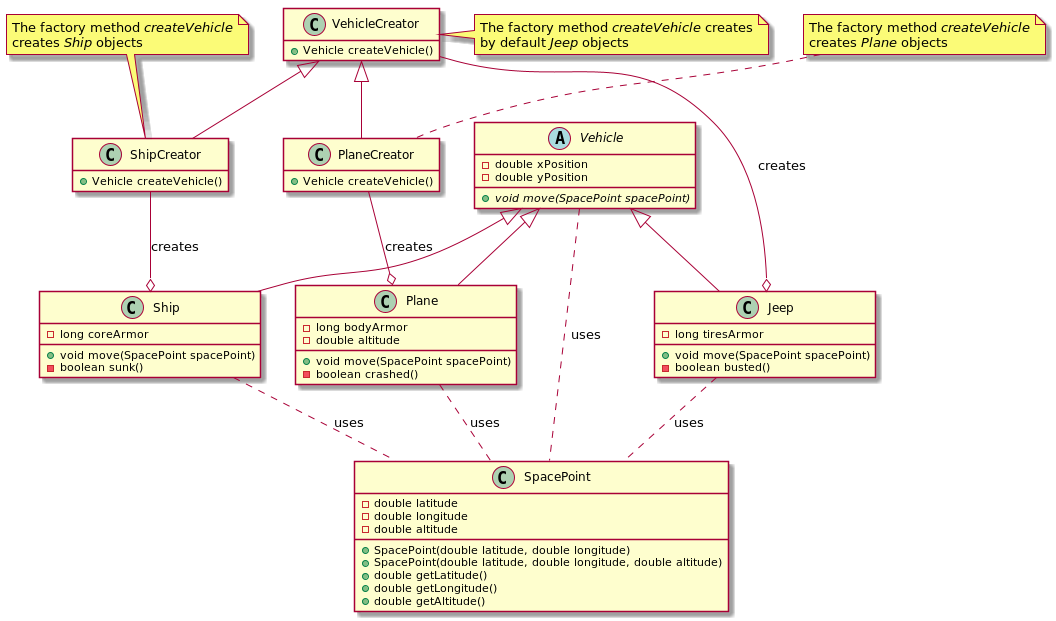
lealceldeiro/gems keeps this PlantUML diagram as DesignPatternsElementsOfReusableObjectOrientesSoftware/Chapter03/FactoryMethod/image/code_class_design.png. Above is the earlier version.
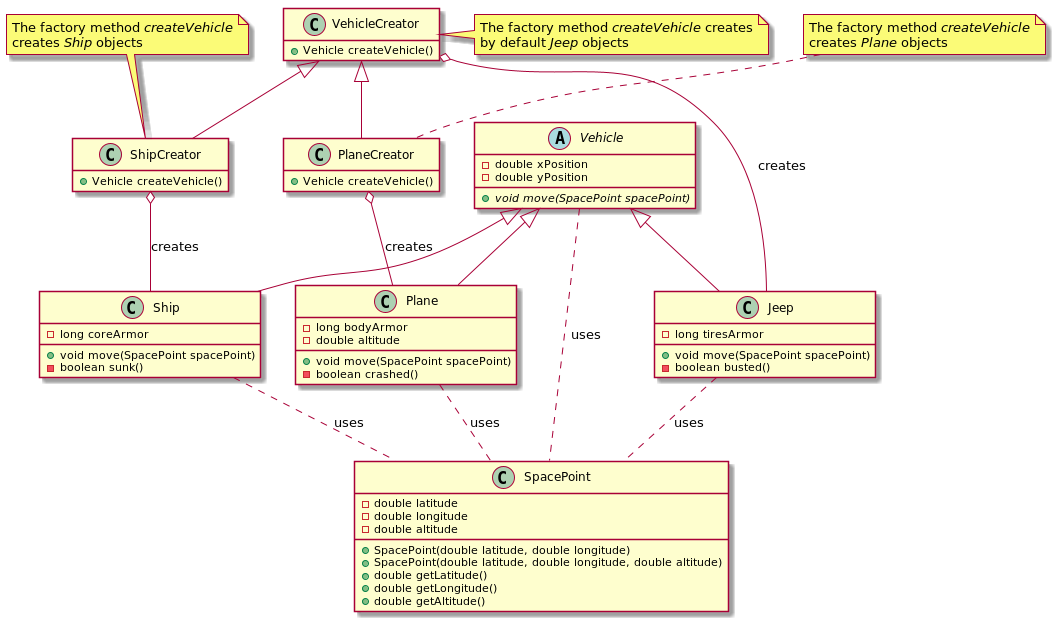
After the commit.

Commit message:
Update class design images

Diff of the diagram source:
```diff
@@ -47,19 +47,19 @@
 class VehicleCreator {
     + Vehicle createVehicle()
 }
-VehicleCreator --o Jeep : creates
+VehicleCreator o-- Jeep : creates
 note right of VehicleCreator : The factory method <i>createVehicle</i> creates\nby default <i>Jeep</i> objects
 
 class PlaneCreator extends VehicleCreator {
     + Vehicle createVehicle()
 }
-PlaneCreator --o Plane : creates
+PlaneCreator o-- Plane : creates
 note top of PlaneCreator : The factory method <i>createVehicle</i>\ncreates <i>Plane</i> objects
 
 class ShipCreator extends VehicleCreator {
     + Vehicle createVehicle()
 }
-ShipCreator --o Ship : creates
+ShipCreator o-- Ship : creates
 note top of ShipCreator : The factory method <i>createVehicle</i>\ncreates <i>Ship</i> objects
 
 hide empty members
```
